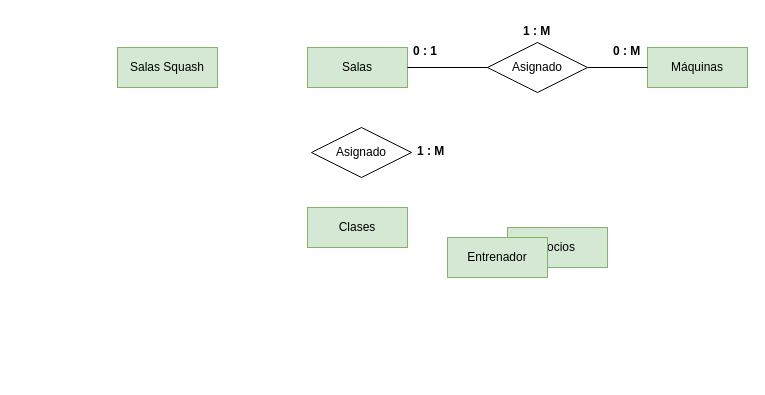
Before: Progreso_1/Diagrama_1_TrabajoClase.drawio in AngelDavidStudios/Diagramas_BdD_1, a draw.io diagram. Source tidied: cells renumbered, new cells numbered last; positions are measured from the earlier drawing's top-left corner, leaving out a move shared by most shapes. Both pictures are drawn from the tidied source at 100%, with x=0, y=0 at pixel (117, 17).
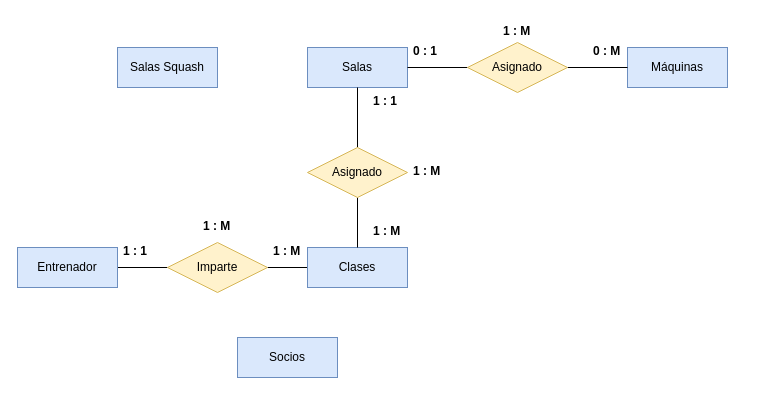
Above is the later version.

The edit, as a diff of the source:
```diff
@@
-    <mxCell id="2" value="Salas" style="whiteSpace=wrap;html=1;align=center;fillColor=#d5e8d4;strokeColor=#82b366;fontSize=12;" parent="1" vertex="1">
+    <mxCell id="2" value="Salas" style="whiteSpace=wrap;html=1;align=center;fillColor=#dae8fc;strokeColor=#6c8ebf;fontSize=12;" parent="1" vertex="1">
       <mxGeometry x="190" y="30" width="100" height="40" as="geometry" />
     </mxCell>
-    <mxCell id="3" value="Socios" style="whiteSpace=wrap;html=1;align=center;fillColor=#d5e8d4;strokeColor=#82b366;" parent="1" vertex="1">
-      <mxGeometry x="390" y="210" width="100" height="40" as="geometry" />
+    <mxCell id="3" value="Socios" style="whiteSpace=wrap;html=1;align=center;fillColor=#dae8fc;strokeColor=#6c8ebf;" parent="1" vertex="1">
+      <mxGeometry x="120" y="320" width="100" height="40" as="geometry" />
     </mxCell>
+    <mxCell id="16" style="edgeStyle=orthogonalEdgeStyle;rounded=0;jettySize=auto;html=1;endArrow=none;endFill=0;" parent="1" edge="1" source="4" target="22">
+      <mxGeometry relative="1" as="geometry" />
+    </mxCell>
-    <mxCell id="4" value="Entrenador" style="whiteSpace=wrap;html=1;align=center;fillColor=#d5e8d4;strokeColor=#82b366;" parent="1" vertex="1">
-      <mxGeometry x="330" y="220" width="100" height="40" as="geometry" />
+    <mxCell id="4" value="Entrenador" style="whiteSpace=wrap;html=1;align=center;fillColor=#dae8fc;strokeColor=#6c8ebf;" parent="1" vertex="1">
+      <mxGeometry x="-100" y="230" width="100" height="40" as="geometry" />
     </mxCell>
-    <mxCell id="5" value="Máquinas" style="whiteSpace=wrap;html=1;align=center;fillColor=#d5e8d4;strokeColor=#82b366;" parent="1" vertex="1">
-      <mxGeometry x="530" y="30" width="100" height="40" as="geometry" />
+    <mxCell id="5" value="Máquinas" style="whiteSpace=wrap;html=1;align=center;fillColor=#dae8fc;strokeColor=#6c8ebf;" parent="1" vertex="1">
+      <mxGeometry x="510" y="30" width="100" height="40" as="geometry" />
     </mxCell>
-    <mxCell id="6" value="Salas Squash" style="whiteSpace=wrap;html=1;align=center;fillColor=#d5e8d4;strokeColor=#82b366;" parent="1" vertex="1">
+    <mxCell id="6" value="Salas Squash" style="whiteSpace=wrap;html=1;align=center;fillColor=#dae8fc;strokeColor=#6c8ebf;" parent="1" vertex="1">
       <mxGeometry y="30" width="100" height="40" as="geometry" />
     </mxCell>
@@
-    <mxCell id="9" value="Asignado" style="shape=rhombus;perimeter=rhombusPerimeter;whiteSpace=wrap;html=1;align=center;" parent="1" vertex="1">
-      <mxGeometry x="370" y="25" width="100" height="50" as="geometry" />
+    <mxCell id="9" value="Asignado" style="shape=rhombus;perimeter=rhombusPerimeter;whiteSpace=wrap;html=1;align=center;fillColor=#fff2cc;strokeColor=#d6b656;" parent="1" vertex="1">
+      <mxGeometry x="350" y="25" width="100" height="50" as="geometry" />
     </mxCell>
     <mxCell id="10" value="1 : M" style="text;strokeColor=none;fillColor=none;spacingLeft=4;spacingRight=4;overflow=hidden;fontSize=12;whiteSpace=wrap;html=1;fontStyle=1;" parent="1" vertex="1">
-      <mxGeometry x="400" width="40" height="30" as="geometry" />
+      <mxGeometry x="380" width="40" height="30" as="geometry" />
     </mxCell>
+    <mxCell id="17" style="edgeStyle=orthogonalEdgeStyle;rounded=0;jettySize=auto;html=1;endArrow=none;endFill=0;" parent="1" edge="1" source="11" target="22">
+      <mxGeometry relative="1" as="geometry" />
+    </mxCell>
-    <mxCell id="11" value="Clases" style="whiteSpace=wrap;html=1;align=center;fillColor=#d5e8d4;strokeColor=#82b366;" parent="1" vertex="1">
-      <mxGeometry x="190" y="190" width="100" height="40" as="geometry" />
+    <mxCell id="11" value="Clases" style="whiteSpace=wrap;html=1;align=center;fillColor=#dae8fc;strokeColor=#6c8ebf;" parent="1" vertex="1">
+      <mxGeometry x="190" y="230" width="100" height="40" as="geometry" />
     </mxCell>
     <mxCell id="12" value="0 : M" style="text;strokeColor=none;fillColor=none;spacingLeft=4;spacingRight=4;overflow=hidden;fontSize=12;whiteSpace=wrap;html=1;fontStyle=1;" parent="1" vertex="1">
-      <mxGeometry x="490" y="20" width="40" height="30" as="geometry" />
+      <mxGeometry x="470" y="20" width="40" height="30" as="geometry" />
     </mxCell>
@@
+    <mxCell id="18" style="edgeStyle=orthogonalEdgeStyle;rounded=0;jettySize=auto;html=1;endArrow=none;endFill=0;" parent="1" edge="1" source="14" target="2">
+      <mxGeometry relative="1" as="geometry" />
+    </mxCell>
+    <mxCell id="19" style="edgeStyle=orthogonalEdgeStyle;rounded=0;jettySize=auto;html=1;endArrow=none;endFill=0;" parent="1" edge="1" source="14" target="11">
+      <mxGeometry relative="1" as="geometry" />
+    </mxCell>
-    <mxCell id="14" value="Asignado" style="shape=rhombus;perimeter=rhombusPerimeter;whiteSpace=wrap;html=1;align=center;" parent="1" vertex="1">
-      <mxGeometry x="194" y="110" width="100" height="50" as="geometry" />
+    <mxCell id="14" value="Asignado" style="shape=rhombus;perimeter=rhombusPerimeter;whiteSpace=wrap;html=1;align=center;fillColor=#fff2cc;strokeColor=#d6b656;" parent="1" vertex="1">
+      <mxGeometry x="190" y="130" width="100" height="50" as="geometry" />
     </mxCell>
     <mxCell id="15" value="1 : M" style="text;strokeColor=none;fillColor=none;spacingLeft=4;spacingRight=4;overflow=hidden;fontSize=12;whiteSpace=wrap;html=1;fontStyle=1;" parent="1" vertex="1">
-      <mxGeometry x="294" y="120" width="40" height="30" as="geometry" />
+      <mxGeometry x="290" y="140" width="40" height="30" as="geometry" />
     </mxCell>
+    <mxCell id="20" value="1 : M" style="text;strokeColor=none;fillColor=none;spacingLeft=4;spacingRight=4;overflow=hidden;fontSize=12;whiteSpace=wrap;html=1;fontStyle=1;" parent="1" vertex="1">
+      <mxGeometry x="250" y="200" width="40" height="30" as="geometry" />
+    </mxCell>
+    <mxCell id="21" value="1 : 1" style="text;strokeColor=none;fillColor=none;spacingLeft=4;spacingRight=4;overflow=hidden;fontSize=12;whiteSpace=wrap;html=1;fontStyle=1;" parent="1" vertex="1">
+      <mxGeometry x="250" y="70" width="40" height="30" as="geometry" />
+    </mxCell>
+    <mxCell id="22" value="Imparte" style="shape=rhombus;perimeter=rhombusPerimeter;whiteSpace=wrap;html=1;align=center;fillColor=#fff2cc;strokeColor=#d6b656;" parent="1" vertex="1">
+      <mxGeometry x="50" y="225" width="100" height="50" as="geometry" />
+    </mxCell>
+    <mxCell id="23" value="1 : M" style="text;strokeColor=none;fillColor=none;spacingLeft=4;spacingRight=4;overflow=hidden;fontSize=12;whiteSpace=wrap;html=1;fontStyle=1;" parent="1" vertex="1">
+      <mxGeometry x="80" y="195" width="40" height="30" as="geometry" />
+    </mxCell>
+    <mxCell id="24" value="1 : M" style="text;strokeColor=none;fillColor=none;spacingLeft=4;spacingRight=4;overflow=hidden;fontSize=12;whiteSpace=wrap;html=1;fontStyle=1;" parent="1" vertex="1">
+      <mxGeometry x="150" y="220" width="40" height="30" as="geometry" />
+    </mxCell>
+    <mxCell id="25" value="1 : 1" style="text;strokeColor=none;fillColor=none;spacingLeft=4;spacingRight=4;overflow=hidden;fontSize=12;whiteSpace=wrap;html=1;fontStyle=1;" parent="1" vertex="1">
+      <mxGeometry y="220" width="40" height="30" as="geometry" />
+    </mxCell>
```
